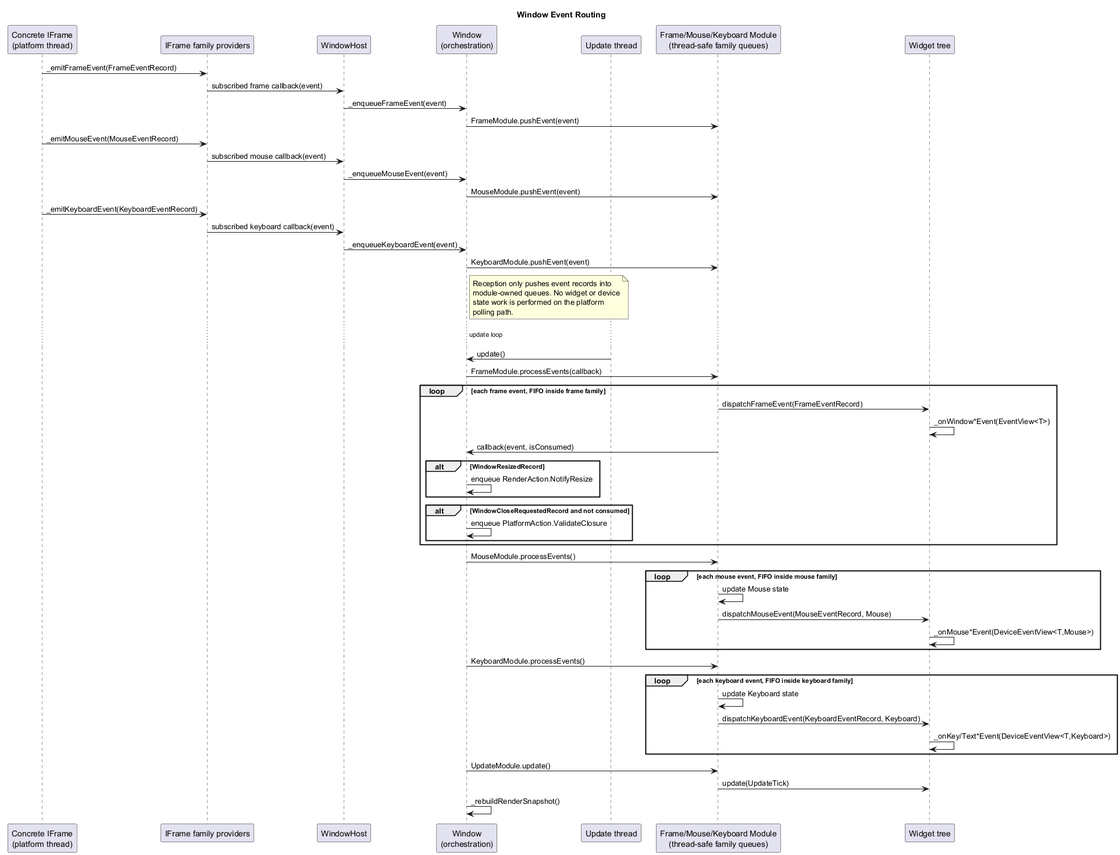
Above: documentation/architecture/diagrams/window-event-routing-sequence.png in Hyarius/Sparkle (PlantUML), before the change.
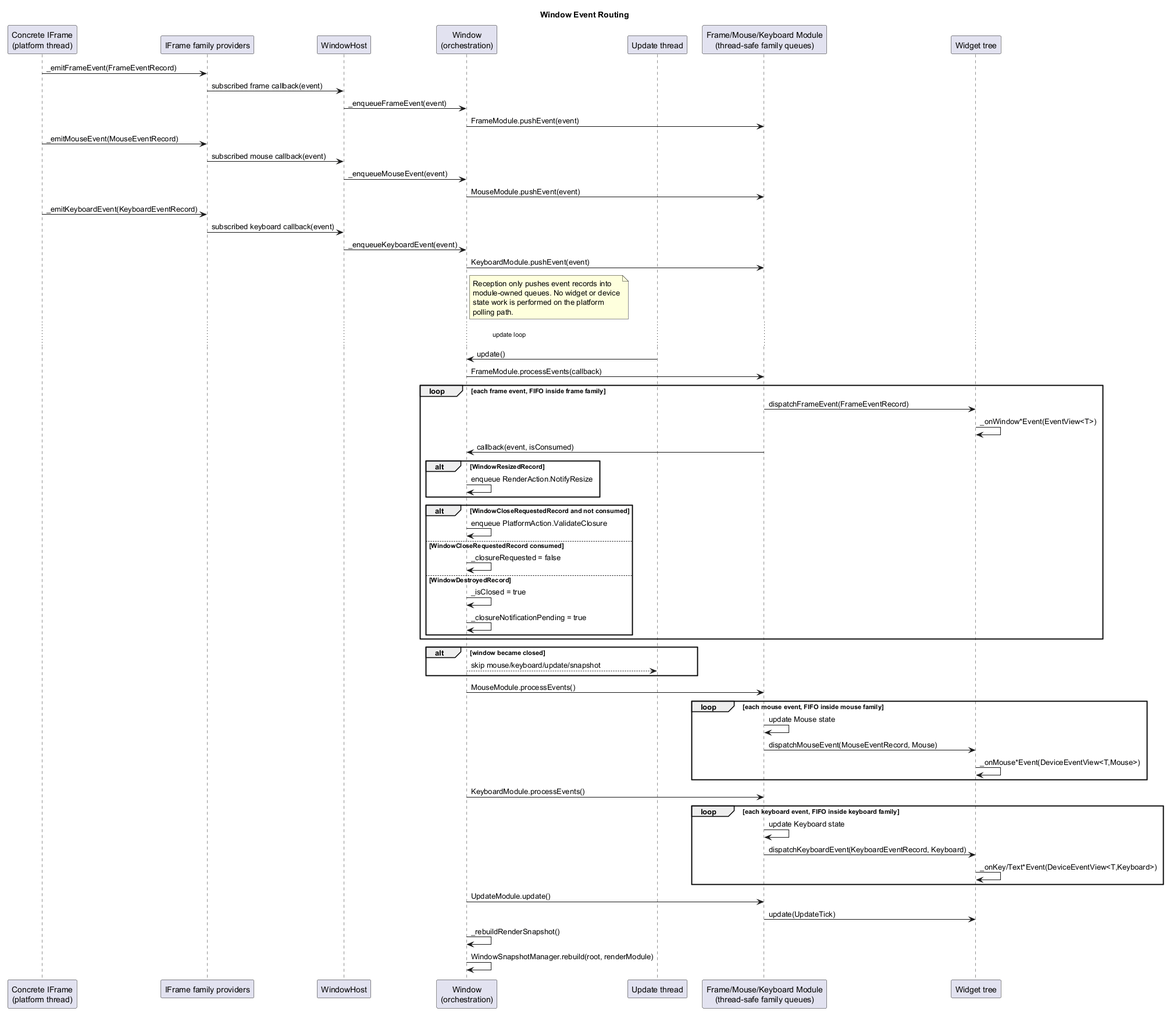
The same diagram one commit later.

What changed in the source:
```diff
@@ -47,7 +47,16 @@
 	end
 	alt WindowCloseRequestedRecord and not consumed
 		Window -> Window : enqueue PlatformAction.ValidateClosure
+	else WindowCloseRequestedRecord consumed
+		Window -> Window : _closureRequested = false
+	else WindowDestroyedRecord
+		Window -> Window : _isClosed = true
+		Window -> Window : _closureNotificationPending = true
 	end
+end
+
+alt window became closed
+	Window --> UpdateThread : skip mouse/keyboard/update/snapshot
 end
 
 Window -> Module : MouseModule.processEvents()
@@ -67,5 +76,6 @@
 Window -> Module : UpdateModule.update()
 Module -> Widget : update(UpdateTick)
 Window -> Window : _rebuildRenderSnapshot()
+Window -> Window : WindowSnapshotManager.rebuild(root, renderModule)
 
 @enduml
```
